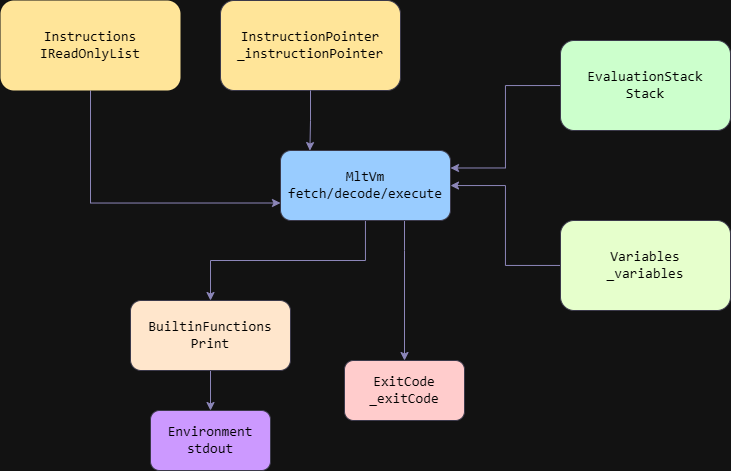
This is img/virtual-machine.png from murrrkaa/tyap, a draw.io export, as it was before one commit. Source tidied: cells renumbered, new cells last; positions are measured from the earlier drawing's top-left corner, leaving out a move shared by most shapes. Its diagram source:
```xml
<mxGraphModel>
  <root>
    <mxCell id="0" />
    <mxCell id="1" parent="0" />
    <mxCell id="2" style="edgeStyle=orthogonalEdgeStyle;rounded=0;jettySize=auto;html=1;entryX=0.5;entryY=0;entryDx=0;entryDy=0;strokeColor=#736CA8;fontColor=#1A1A1A;" parent="1" edge="1" source="4" target="13">
      <mxGeometry relative="1" as="geometry">
        <Array as="points">
          <mxPoint x="404" y="250" />
          <mxPoint x="404" y="250" />
        </Array>
      </mxGeometry>
    </mxCell>
    <mxCell id="3" style="edgeStyle=orthogonalEdgeStyle;rounded=0;jettySize=auto;html=1;entryX=0.5;entryY=0;entryDx=0;entryDy=0;strokeColor=#736CA8;fontColor=#1A1A1A;" parent="1" edge="1" source="4" target="15">
      <mxGeometry relative="1" as="geometry" />
    </mxCell>
    <mxCell id="4" value="&lt;span style=&quot;font-family: &amp;quot;JetBrains Mono&amp;quot;, Consolas, &amp;quot;Liberation Mono&amp;quot;, Menlo, Courier, monospace; font-size: 14px; white-space: nowrap;&quot;&gt;MltVm&lt;/span&gt;&lt;br style=&quot;box-sizing: border-box; font-family: &amp;quot;JetBrains Mono&amp;quot;, Consolas, &amp;quot;Liberation Mono&amp;quot;, Menlo, Courier, monospace; font-size: 14px; white-space: nowrap;&quot;&gt;&lt;span style=&quot;font-family: &amp;quot;JetBrains Mono&amp;quot;, Consolas, &amp;quot;Liberation Mono&amp;quot;, Menlo, Courier, monospace; font-size: 14px; white-space: nowrap;&quot;&gt;fetch/decode/execute&lt;/span&gt;" style="rounded=1;whiteSpace=wrap;html=1;fillColor=light-dark(#5D7F99,#99CCFF);fontColor=light-dark(#1A1A1A,#000000);strokeColor=#D0CEE2;labelBackgroundColor=none;" parent="1" vertex="1">
      <mxGeometry x="280" y="150" width="170" height="70" as="geometry" />
    </mxCell>
    <mxCell id="5" style="edgeStyle=orthogonalEdgeStyle;rounded=0;jettySize=auto;html=1;entryX=0;entryY=0.75;entryDx=0;entryDy=0;strokeColor=#736CA8;fontColor=#1A1A1A;" parent="1" edge="1" source="6" target="4">
      <mxGeometry relative="1" as="geometry">
        <Array as="points">
          <mxPoint x="90" y="202" />
        </Array>
      </mxGeometry>
    </mxCell>
    <mxCell id="6" value="&lt;span style=&quot;font-family: &amp;quot;JetBrains Mono&amp;quot;, Consolas, &amp;quot;Liberation Mono&amp;quot;, Menlo, Courier, monospace; font-size: 14px; white-space: nowrap;&quot;&gt;Instructions&lt;/span&gt;&lt;br style=&quot;box-sizing: border-box; font-family: &amp;quot;JetBrains Mono&amp;quot;, Consolas, &amp;quot;Liberation Mono&amp;quot;, Menlo, Courier, monospace; font-size: 14px; white-space: nowrap;&quot;&gt;&lt;span style=&quot;font-family: &amp;quot;JetBrains Mono&amp;quot;, Consolas, &amp;quot;Liberation Mono&amp;quot;, Menlo, Courier, monospace; font-size: 14px; white-space: nowrap;&quot;&gt;IReadOnlyList&lt;/span&gt;" style="rounded=1;whiteSpace=wrap;html=1;strokeColor=none;fillColor=light-dark(#FFE6CC,#FFE599);fontColor=light-dark(#1A1A1A,#000000);labelBackgroundColor=none;" parent="1" vertex="1">
      <mxGeometry width="180" height="90" as="geometry" />
    </mxCell>
    <mxCell id="7" value="&lt;span style=&quot;font-family: &amp;quot;JetBrains Mono&amp;quot;, Consolas, &amp;quot;Liberation Mono&amp;quot;, Menlo, Courier, monospace; font-size: 14px; white-space: nowrap;&quot;&gt;InstructionPointer&lt;/span&gt;&lt;br style=&quot;box-sizing: border-box; font-family: &amp;quot;JetBrains Mono&amp;quot;, Consolas, &amp;quot;Liberation Mono&amp;quot;, Menlo, Courier, monospace; font-size: 14px; white-space: nowrap;&quot;&gt;&lt;span style=&quot;font-family: &amp;quot;JetBrains Mono&amp;quot;, Consolas, &amp;quot;Liberation Mono&amp;quot;, Menlo, Courier, monospace; font-size: 14px; white-space: nowrap;&quot;&gt;_instructionPointer&lt;/span&gt;" style="rounded=1;whiteSpace=wrap;html=1;strokeColor=#D0CEE2;fontColor=light-dark(#1A1A1A,#000000);fillColor=light-dark(#5D7F99,#FFE599);labelBackgroundColor=none;" parent="1" vertex="1">
      <mxGeometry x="220" width="180" height="90" as="geometry" />
    </mxCell>
    <mxCell id="8" style="edgeStyle=orthogonalEdgeStyle;rounded=0;jettySize=auto;html=1;entryX=0.173;entryY=0.001;entryDx=0;entryDy=0;entryPerimeter=0;strokeColor=#736CA8;fontColor=#1A1A1A;" parent="1" edge="1" source="7" target="4">
      <mxGeometry relative="1" as="geometry" />
    </mxCell>
    <mxCell id="9" style="edgeStyle=orthogonalEdgeStyle;rounded=0;jettySize=auto;html=1;entryX=1;entryY=0.25;entryDx=0;entryDy=0;strokeColor=#736CA8;fontColor=#1A1A1A;" parent="1" edge="1" source="10" target="4">
      <mxGeometry relative="1" as="geometry" />
    </mxCell>
    <mxCell id="10" value="&lt;span style=&quot;font-family: &amp;quot;JetBrains Mono&amp;quot;, Consolas, &amp;quot;Liberation Mono&amp;quot;, Menlo, Courier, monospace; font-size: 14px; white-space: nowrap;&quot;&gt;EvaluationStack&lt;/span&gt;&lt;br style=&quot;box-sizing: border-box; font-family: &amp;quot;JetBrains Mono&amp;quot;, Consolas, &amp;quot;Liberation Mono&amp;quot;, Menlo, Courier, monospace; font-size: 14px; white-space: nowrap;&quot;&gt;&lt;span style=&quot;font-family: &amp;quot;JetBrains Mono&amp;quot;, Consolas, &amp;quot;Liberation Mono&amp;quot;, Menlo, Courier, monospace; font-size: 14px; white-space: nowrap;&quot;&gt;Stack&lt;/span&gt;" style="rounded=1;whiteSpace=wrap;html=1;strokeColor=#D0CEE2;fontColor=light-dark(#1A1A1A,#000000);fillColor=light-dark(#5D7F99,#CCFFCC);labelBackgroundColor=none;" parent="1" vertex="1">
      <mxGeometry x="560" y="40" width="170" height="90" as="geometry" />
    </mxCell>
    <mxCell id="11" style="edgeStyle=orthogonalEdgeStyle;rounded=0;jettySize=auto;html=1;strokeColor=#736CA8;fontColor=#1A1A1A;" parent="1" edge="1" source="12" target="4">
      <mxGeometry relative="1" as="geometry" />
    </mxCell>
    <mxCell id="12" value="&lt;span style=&quot;font-family: &amp;quot;JetBrains Mono&amp;quot;, Consolas, &amp;quot;Liberation Mono&amp;quot;, Menlo, Courier, monospace; font-size: 14px; white-space: nowrap;&quot;&gt;Variables&lt;/span&gt;&lt;br style=&quot;box-sizing: border-box; font-family: &amp;quot;JetBrains Mono&amp;quot;, Consolas, &amp;quot;Liberation Mono&amp;quot;, Menlo, Courier, monospace; font-size: 14px; white-space: nowrap;&quot;&gt;&lt;span style=&quot;font-family: &amp;quot;JetBrains Mono&amp;quot;, Consolas, &amp;quot;Liberation Mono&amp;quot;, Menlo, Courier, monospace; font-size: 14px; white-space: nowrap;&quot;&gt;_variables&lt;/span&gt;" style="rounded=1;whiteSpace=wrap;html=1;strokeColor=#D0CEE2;fontColor=light-dark(#1A1A1A,#000000);fillColor=light-dark(#5D7F99,#E6FFCC);labelBackgroundColor=none;" parent="1" vertex="1">
      <mxGeometry x="560" y="220" width="170" height="90" as="geometry" />
    </mxCell>
    <mxCell id="13" value="&lt;span style=&quot;font-family: &amp;quot;JetBrains Mono&amp;quot;, Consolas, &amp;quot;Liberation Mono&amp;quot;, Menlo, Courier, monospace; font-size: 14px; white-space: nowrap;&quot;&gt;ExitCode&lt;/span&gt;&lt;br style=&quot;box-sizing: border-box; font-family: &amp;quot;JetBrains Mono&amp;quot;, Consolas, &amp;quot;Liberation Mono&amp;quot;, Menlo, Courier, monospace; font-size: 14px; white-space: nowrap;&quot;&gt;&lt;span style=&quot;font-family: &amp;quot;JetBrains Mono&amp;quot;, Consolas, &amp;quot;Liberation Mono&amp;quot;, Menlo, Courier, monospace; font-size: 14px; white-space: nowrap;&quot;&gt;_exitCode&lt;/span&gt;" style="rounded=1;whiteSpace=wrap;html=1;strokeColor=#D0CEE2;fontColor=light-dark(#1A1A1A,#000000);fillColor=light-dark(#5D7F99,#FFCCCC);labelBackgroundColor=none;" parent="1" vertex="1">
      <mxGeometry x="344" y="360" width="120" height="60" as="geometry" />
    </mxCell>
    <mxCell id="14" style="edgeStyle=orthogonalEdgeStyle;rounded=0;jettySize=auto;html=1;strokeColor=#736CA8;fontColor=#1A1A1A;labelBackgroundColor=none;" parent="1" edge="1" source="15" target="16">
      <mxGeometry relative="1" as="geometry" />
    </mxCell>
    <mxCell id="15" value="&lt;span style=&quot;font-family: &amp;quot;JetBrains Mono&amp;quot;, Consolas, &amp;quot;Liberation Mono&amp;quot;, Menlo, Courier, monospace; font-size: 14px; white-space: nowrap;&quot;&gt;BuiltinFunctions&lt;/span&gt;&lt;br style=&quot;box-sizing: border-box; font-family: &amp;quot;JetBrains Mono&amp;quot;, Consolas, &amp;quot;Liberation Mono&amp;quot;, Menlo, Courier, monospace; font-size: 14px; white-space: nowrap;&quot;&gt;&lt;span style=&quot;font-family: &amp;quot;JetBrains Mono&amp;quot;, Consolas, &amp;quot;Liberation Mono&amp;quot;, Menlo, Courier, monospace; font-size: 14px; white-space: nowrap;&quot;&gt;Print&lt;/span&gt;" style="rounded=1;whiteSpace=wrap;html=1;strokeColor=#D0CEE2;fontColor=light-dark(#1A1A1A,#000000);fillColor=light-dark(#5D7F99,#FFE6CC);labelBackgroundColor=none;" parent="1" vertex="1">
      <mxGeometry x="130" y="300" width="160" height="70" as="geometry" />
    </mxCell>
    <mxCell id="16" value="&lt;span style=&quot;font-family: &amp;quot;JetBrains Mono&amp;quot;, Consolas, &amp;quot;Liberation Mono&amp;quot;, Menlo, Courier, monospace; font-size: 14px; white-space: nowrap;&quot;&gt;Environment&lt;/span&gt;&lt;br style=&quot;box-sizing: border-box; font-family: &amp;quot;JetBrains Mono&amp;quot;, Consolas, &amp;quot;Liberation Mono&amp;quot;, Menlo, Courier, monospace; font-size: 14px; white-space: nowrap;&quot;&gt;&lt;span style=&quot;font-family: &amp;quot;JetBrains Mono&amp;quot;, Consolas, &amp;quot;Liberation Mono&amp;quot;, Menlo, Courier, monospace; font-size: 14px; white-space: nowrap;&quot;&gt;stdout&lt;/span&gt;" style="rounded=1;whiteSpace=wrap;html=1;strokeColor=#D0CEE2;fontColor=light-dark(#1A1A1A,#000000);fillColor=light-dark(#5D7F99,#CC99FF);labelBackgroundColor=none;" parent="1" vertex="1">
      <mxGeometry x="150" y="410" width="120" height="60" as="geometry" />
    </mxCell>
  </root>
</mxGraphModel>
```
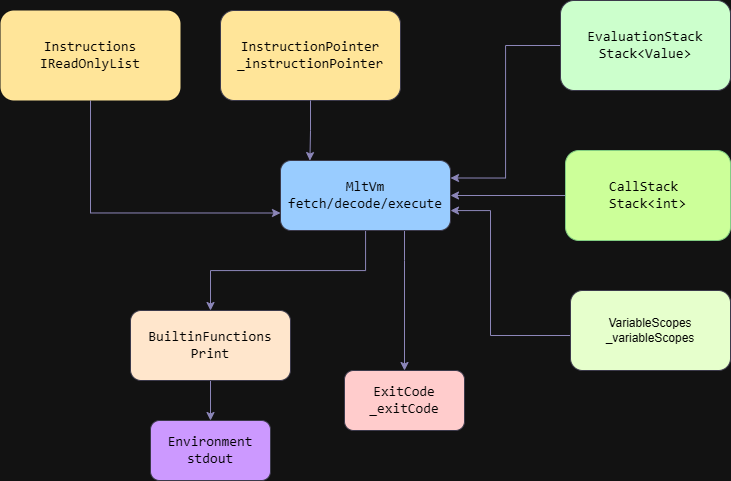
The same file after the commit.

Change to the diagram source:
```diff
@@ -35,14 +35,19 @@
     <mxCell id="9" style="edgeStyle=orthogonalEdgeStyle;rounded=0;jettySize=auto;html=1;entryX=1;entryY=0.25;entryDx=0;entryDy=0;strokeColor=#736CA8;fontColor=#1A1A1A;" parent="1" edge="1" source="10" target="4">
       <mxGeometry relative="1" as="geometry" />
     </mxCell>
-    <mxCell id="10" value="&lt;span style=&quot;font-family: &amp;quot;JetBrains Mono&amp;quot;, Consolas, &amp;quot;Liberation Mono&amp;quot;, Menlo, Courier, monospace; font-size: 14px; white-space: nowrap;&quot;&gt;EvaluationStack&lt;/span&gt;&lt;br style=&quot;box-sizing: border-box; font-family: &amp;quot;JetBrains Mono&amp;quot;, Consolas, &amp;quot;Liberation Mono&amp;quot;, Menlo, Courier, monospace; font-size: 14px; white-space: nowrap;&quot;&gt;&lt;span style=&quot;font-family: &amp;quot;JetBrains Mono&amp;quot;, Consolas, &amp;quot;Liberation Mono&amp;quot;, Menlo, Courier, monospace; font-size: 14px; white-space: nowrap;&quot;&gt;Stack&lt;/span&gt;" style="rounded=1;whiteSpace=wrap;html=1;strokeColor=#D0CEE2;fontColor=light-dark(#1A1A1A,#000000);fillColor=light-dark(#5D7F99,#CCFFCC);labelBackgroundColor=none;" parent="1" vertex="1">
-      <mxGeometry x="560" y="40" width="170" height="90" as="geometry" />
+    <mxCell id="10" value="&lt;span style=&quot;font-family: &amp;quot;JetBrains Mono&amp;quot;, Consolas, &amp;quot;Liberation Mono&amp;quot;, Menlo, Courier, monospace; font-size: 14px; white-space: nowrap;&quot;&gt;EvaluationStack&lt;/span&gt;&lt;br style=&quot;box-sizing: border-box; font-family: &amp;quot;JetBrains Mono&amp;quot;, Consolas, &amp;quot;Liberation Mono&amp;quot;, Menlo, Courier, monospace; font-size: 14px; white-space: nowrap;&quot;&gt;&lt;span style=&quot;font-family: &amp;quot;JetBrains Mono&amp;quot;, Consolas, &amp;quot;Liberation Mono&amp;quot;, Menlo, Courier, monospace; font-size: 14px; white-space: nowrap;&quot;&gt;Stack&amp;lt;Value&amp;gt;&lt;/span&gt;" style="rounded=1;whiteSpace=wrap;html=1;strokeColor=#D0CEE2;fontColor=light-dark(#1A1A1A,#000000);fillColor=light-dark(#5D7F99,#CCFFCC);labelBackgroundColor=none;" parent="1" vertex="1">
+      <mxGeometry x="560" y="-10" width="170" height="90" as="geometry" />
     </mxCell>
     <mxCell id="11" style="edgeStyle=orthogonalEdgeStyle;rounded=0;jettySize=auto;html=1;strokeColor=#736CA8;fontColor=#1A1A1A;" parent="1" edge="1" source="12" target="4">
-      <mxGeometry relative="1" as="geometry" />
+      <mxGeometry relative="1" as="geometry">
+        <Array as="points">
+          <mxPoint x="490" y="325" />
+          <mxPoint x="490" y="200" />
+        </Array>
+      </mxGeometry>
     </mxCell>
-    <mxCell id="12" value="&lt;span style=&quot;font-family: &amp;quot;JetBrains Mono&amp;quot;, Consolas, &amp;quot;Liberation Mono&amp;quot;, Menlo, Courier, monospace; font-size: 14px; white-space: nowrap;&quot;&gt;Variables&lt;/span&gt;&lt;br style=&quot;box-sizing: border-box; font-family: &amp;quot;JetBrains Mono&amp;quot;, Consolas, &amp;quot;Liberation Mono&amp;quot;, Menlo, Courier, monospace; font-size: 14px; white-space: nowrap;&quot;&gt;&lt;span style=&quot;font-family: &amp;quot;JetBrains Mono&amp;quot;, Consolas, &amp;quot;Liberation Mono&amp;quot;, Menlo, Courier, monospace; font-size: 14px; white-space: nowrap;&quot;&gt;_variables&lt;/span&gt;" style="rounded=1;whiteSpace=wrap;html=1;strokeColor=#D0CEE2;fontColor=light-dark(#1A1A1A,#000000);fillColor=light-dark(#5D7F99,#E6FFCC);labelBackgroundColor=none;" parent="1" vertex="1">
-      <mxGeometry x="560" y="220" width="170" height="90" as="geometry" />
+    <mxCell id="12" value="VariableScopes&lt;div&gt;_variableScopes&lt;/div&gt;" style="rounded=1;whiteSpace=wrap;html=1;strokeColor=#D0CEE2;fontColor=light-dark(#1A1A1A,#000000);fillColor=light-dark(#5D7F99,#E6FFCC);labelBackgroundColor=none;" parent="1" vertex="1">
+      <mxGeometry x="570" y="280" width="160" height="80" as="geometry" />
     </mxCell>
     <mxCell id="13" value="&lt;span style=&quot;font-family: &amp;quot;JetBrains Mono&amp;quot;, Consolas, &amp;quot;Liberation Mono&amp;quot;, Menlo, Courier, monospace; font-size: 14px; white-space: nowrap;&quot;&gt;ExitCode&lt;/span&gt;&lt;br style=&quot;box-sizing: border-box; font-family: &amp;quot;JetBrains Mono&amp;quot;, Consolas, &amp;quot;Liberation Mono&amp;quot;, Menlo, Courier, monospace; font-size: 14px; white-space: nowrap;&quot;&gt;&lt;span style=&quot;font-family: &amp;quot;JetBrains Mono&amp;quot;, Consolas, &amp;quot;Liberation Mono&amp;quot;, Menlo, Courier, monospace; font-size: 14px; white-space: nowrap;&quot;&gt;_exitCode&lt;/span&gt;" style="rounded=1;whiteSpace=wrap;html=1;strokeColor=#D0CEE2;fontColor=light-dark(#1A1A1A,#000000);fillColor=light-dark(#5D7F99,#FFCCCC);labelBackgroundColor=none;" parent="1" vertex="1">
       <mxGeometry x="344" y="360" width="120" height="60" as="geometry" />
@@ -56,5 +61,11 @@
     <mxCell id="16" value="&lt;span style=&quot;font-family: &amp;quot;JetBrains Mono&amp;quot;, Consolas, &amp;quot;Liberation Mono&amp;quot;, Menlo, Courier, monospace; font-size: 14px; white-space: nowrap;&quot;&gt;Environment&lt;/span&gt;&lt;br style=&quot;box-sizing: border-box; font-family: &amp;quot;JetBrains Mono&amp;quot;, Consolas, &amp;quot;Liberation Mono&amp;quot;, Menlo, Courier, monospace; font-size: 14px; white-space: nowrap;&quot;&gt;&lt;span style=&quot;font-family: &amp;quot;JetBrains Mono&amp;quot;, Consolas, &amp;quot;Liberation Mono&amp;quot;, Menlo, Courier, monospace; font-size: 14px; white-space: nowrap;&quot;&gt;stdout&lt;/span&gt;" style="rounded=1;whiteSpace=wrap;html=1;strokeColor=#D0CEE2;fontColor=light-dark(#1A1A1A,#000000);fillColor=light-dark(#5D7F99,#CC99FF);labelBackgroundColor=none;" parent="1" vertex="1">
       <mxGeometry x="150" y="410" width="120" height="60" as="geometry" />
     </mxCell>
+    <mxCell id="17" style="edgeStyle=orthogonalEdgeStyle;rounded=0;jettySize=auto;html=1;entryX=1;entryY=0.5;entryDx=0;entryDy=0;strokeColor=light-dark(#000000,#8C86B9);" parent="1" edge="1" source="18" target="4">
+      <mxGeometry relative="1" as="geometry" />
+    </mxCell>
+    <mxCell id="18" value="&lt;span&gt;&lt;span class=&quot;cm-m-markdown cm-strong cm-variable-2&quot; style=&quot;box-sizing: inherit; user-select: text; cursor: text; font-family: SFMono-Regular, Consolas, &amp;quot;Liberation Mono&amp;quot;, Menlo, monospace, &amp;quot;Apple Color Emoji&amp;quot;, &amp;quot;Segoe UI&amp;quot;, &amp;quot;Segoe UI Emoji&amp;quot;, &amp;quot;Segoe UI Symbol&amp;quot;; text-align: start; white-space: pre-wrap;&quot;&gt;&lt;font style=&quot;font-size: 14px; color: light-dark(rgb(0, 0, 0), rgb(0, 0, 0));&quot;&gt;CallStack &lt;/font&gt;&lt;/span&gt;&lt;/span&gt;&lt;div&gt;&lt;span&gt;&lt;span class=&quot;cm-m-markdown cm-comment cm-variable-2&quot; style=&quot;box-sizing: inherit; user-select: text; cursor: text; font-family: SFMono-Regular, Consolas, &amp;quot;Liberation Mono&amp;quot;, Menlo, monospace, &amp;quot;Apple Color Emoji&amp;quot;, &amp;quot;Segoe UI&amp;quot;, &amp;quot;Segoe UI Emoji&amp;quot;, &amp;quot;Segoe UI Symbol&amp;quot;; text-align: start; white-space: pre-wrap;&quot;&gt;&lt;font style=&quot;font-size: 14px; color: light-dark(rgb(0, 0, 0), rgb(0, 0, 0));&quot;&gt;Stack&amp;lt;int&amp;gt;&lt;/font&gt;&lt;/span&gt;&lt;/span&gt;&lt;/div&gt;" style="rounded=1;whiteSpace=wrap;html=1;fillColor=light-dark(#FFFFFF,#CCFF99);fontColor=#ffffff;strokeColor=#005700;" parent="1" vertex="1">
+      <mxGeometry x="565" y="140" width="165" height="90" as="geometry" />
+    </mxCell>
   </root>
 </mxGraphModel>
```
